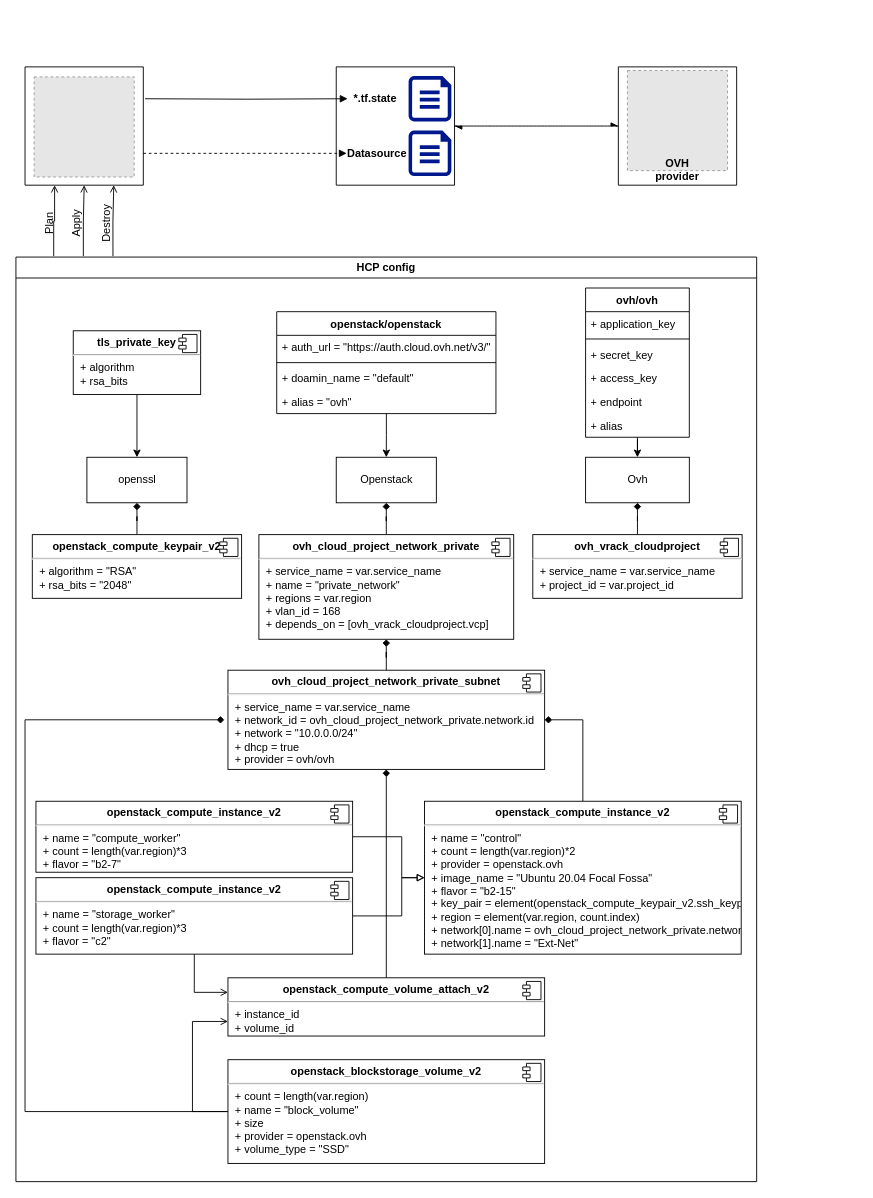
Earlier version of the draw.io diagram page "Provisioning" (7 of 8) of Diagrams/Infrav2.drawio (ridha-bouazizi/CLOUD-DevOPS-internship-assets). Source tidied: cells renumbered, new cells numbered last; positions are measured from the earlier drawing's top-left corner, leaving out a move shared by most shapes. Both pictures are drawn from the tidied source at 91%, with x=0, y=0 at pixel (15, 66). Pictures stored in the file or linked from it are replaced by grey dashed boxes.
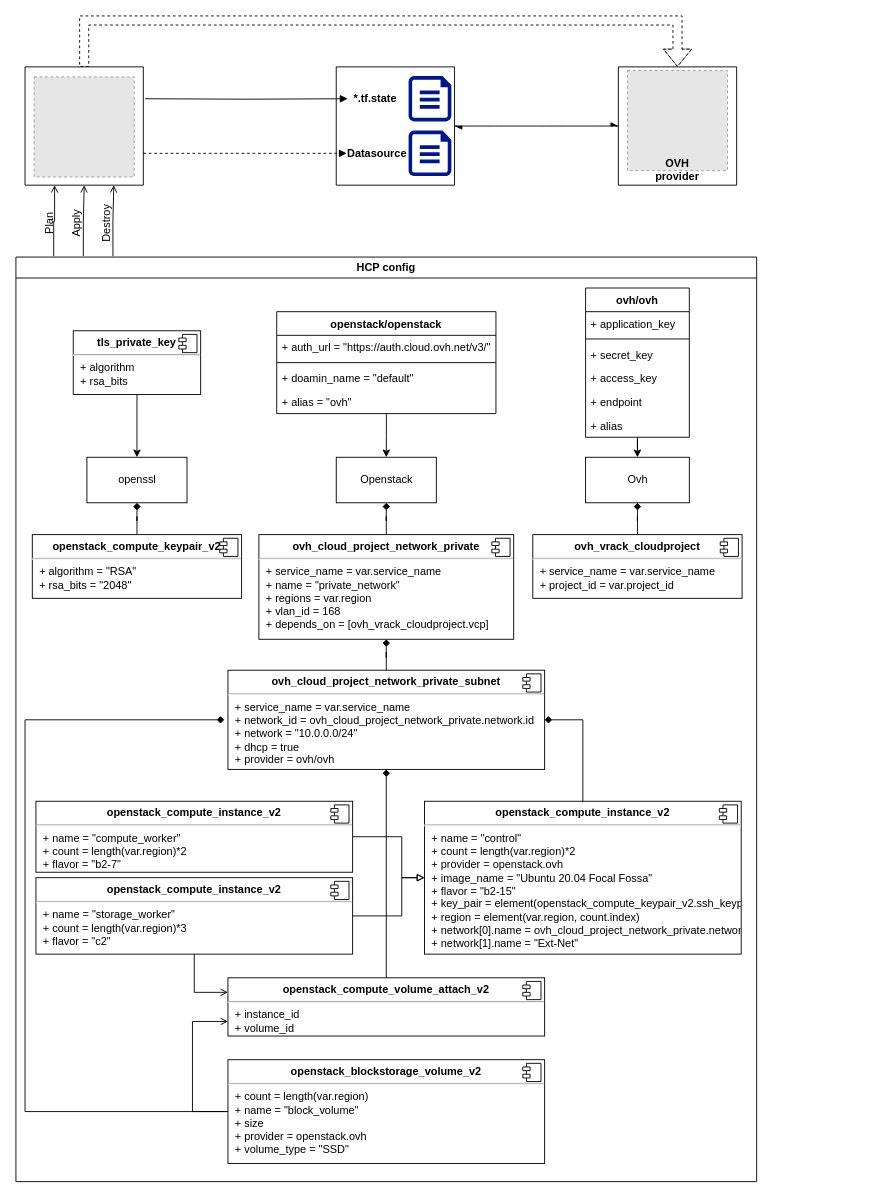
The same diagram, later.

Unchanged cells that the change refers to:
```xml
<mxCell id="5" value="HCP config" style="swimlane;whiteSpace=wrap;html=1;swimlaneLine=1;" parent="1" vertex="1">
  <mxGeometry y="209" width="814" height="1016" as="geometry" />
</mxCell>
<mxCell id="57" style="swimlane;startSize=0;" parent="1" vertex="1">
  <mxGeometry x="10" width="130" height="130" as="geometry" />
</mxCell>
<mxCell id="60" style="swimlane;startSize=0;" parent="1" vertex="1">
  <mxGeometry x="662" width="130" height="130" as="geometry" />
</mxCell>
```

Diff of the diagram source:
```diff
@@
-    <mxCell id="43" value="&lt;p style=&quot;margin:0px;margin-top:6px;text-align:center;&quot;&gt;&lt;b&gt;openstack_compute_instance_v2&lt;/b&gt;&lt;br&gt;&lt;/p&gt;&lt;hr&gt;&lt;p style=&quot;margin:0px;margin-left:8px;&quot;&gt;+ name = &quot;compute_worker&quot;&lt;br&gt;+ count = length(var.region)*3&lt;/p&gt;&lt;p style=&quot;margin:0px;margin-left:8px;&quot;&gt;+ flavor = &quot;b2-7&quot;&lt;/p&gt;" style="align=left;overflow=fill;html=1;" parent="5" vertex="1">
+    <mxCell id="43" value="&lt;p style=&quot;margin:0px;margin-top:6px;text-align:center;&quot;&gt;&lt;b&gt;openstack_compute_instance_v2&lt;/b&gt;&lt;br&gt;&lt;/p&gt;&lt;hr&gt;&lt;p style=&quot;margin:0px;margin-left:8px;&quot;&gt;+ name = &quot;compute_worker&quot;&lt;br&gt;+ count = length(var.region)*2&lt;/p&gt;&lt;p style=&quot;margin:0px;margin-left:8px;&quot;&gt;+ flavor = &quot;b2-7&quot;&lt;/p&gt;" style="align=left;overflow=fill;html=1;" parent="5" vertex="1">
       <mxGeometry x="22" y="598" width="348" height="78" as="geometry" />
     </mxCell>
@@
+    <mxCell id="72" style="edgeStyle=orthogonalEdgeStyle;rounded=0;jettySize=auto;html=1;entryX=0.5;entryY=0;entryDx=0;entryDy=0;startArrow=none;startFill=0;endArrow=async;endFill=1;exitX=0.5;exitY=0;exitDx=0;exitDy=0;shape=flexArrow;dashed=1;" parent="1" edge="1" source="57" target="60">
+      <mxGeometry relative="1" as="geometry">
+        <Array as="points">
+          <mxPoint x="75" y="-51" />
+          <mxPoint x="727" y="-51" />
+        </Array>
+      </mxGeometry>
+    </mxCell>
```
